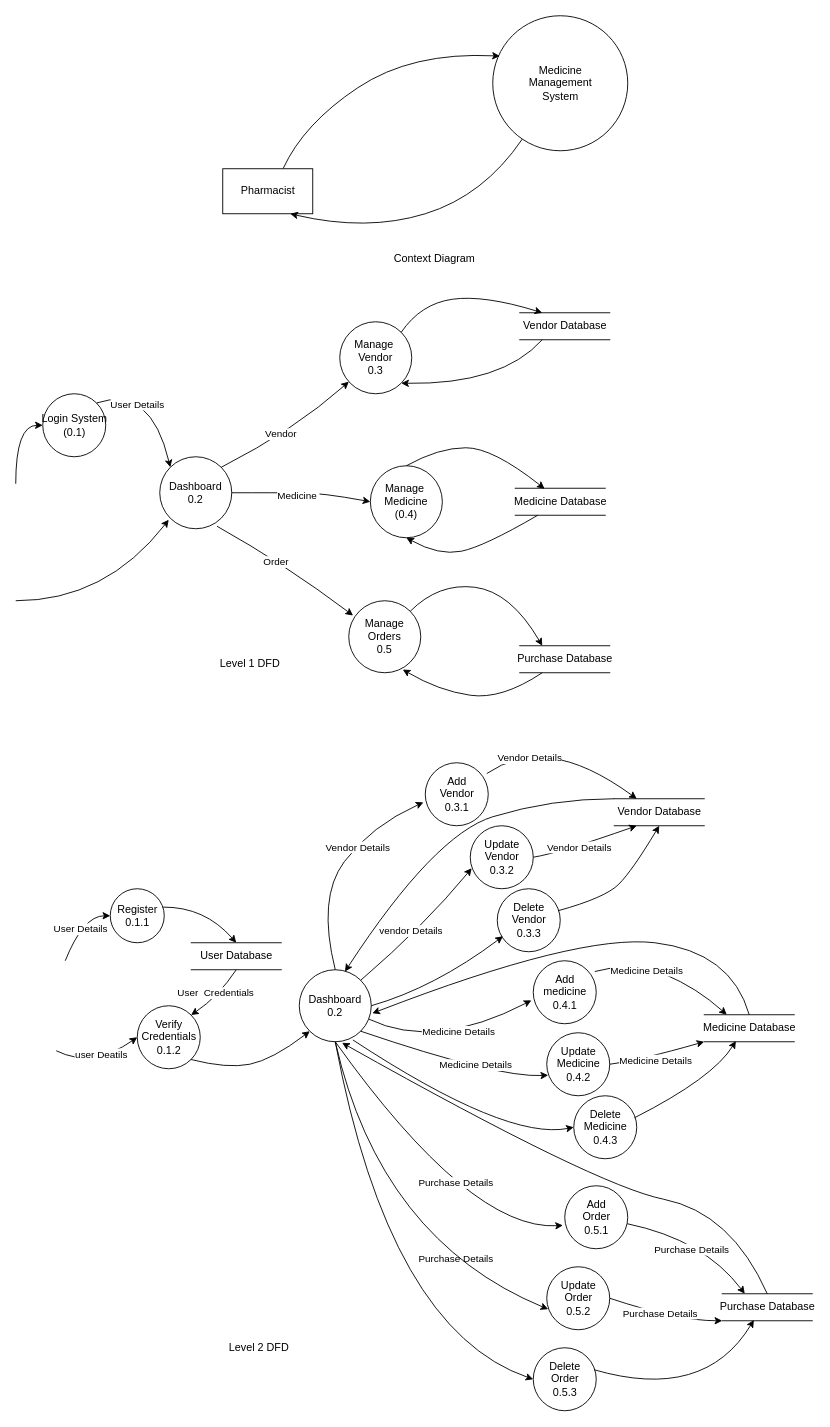
Before: page "Page-2" (2 of 2) of Medicine Management System.drawio in nitrroshan/Diagrams, a draw.io diagram. Source tidied: cells renumbered, new cells numbered last; positions are measured from the earlier drawing's top-left corner, leaving out a move shared by most shapes. Both pictures are drawn from the tidied source at 90%, with x=0, y=0 at pixel (15, 15).
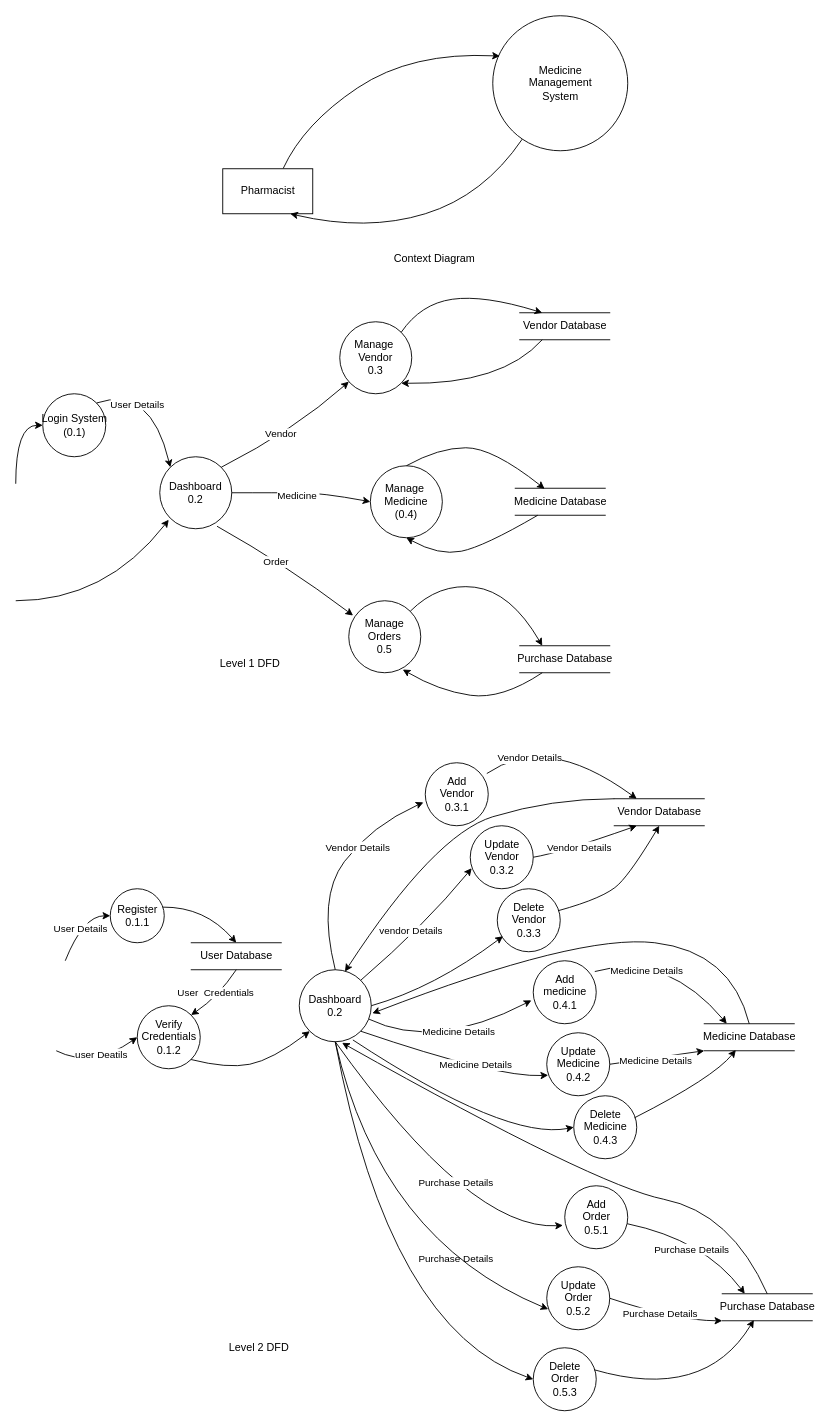
After the change.

The change refers to these unchanged cells:
```xml
<mxCell id="41" value="Dashboard&lt;br&gt;0.2" style="ellipse;whiteSpace=wrap;html=1;" parent="1" vertex="1">
  <mxGeometry x="315" y="1060" width="80" height="80" as="geometry" />
</mxCell>
```

The edit, as a diff of the source:
```diff
@@
     <mxCell id="62" value="Medicine Database" style="html=1;dashed=0;whitespace=wrap;shape=partialRectangle;right=0;left=0;" parent="1" vertex="1">
-      <mxGeometry x="765" y="1110" width="100" height="30" as="geometry" />
+      <mxGeometry x="765" y="1120" width="100" height="30" as="geometry" />
     </mxCell>
@@
-    <mxCell id="80" style="curved=1;endArrow=classic;html=1;rounded=0;entryX=1.015;entryY=0.605;entryDx=0;entryDy=0;entryPerimeter=0;" parent="1" edge="1" target="41">
+    <mxCell id="80" style="curved=1;endArrow=classic;html=1;rounded=0;entryX=1.015;entryY=0.605;entryDx=0;entryDy=0;entryPerimeter=0;exitX=0.5;exitY=0;exitDx=0;exitDy=0;" parent="1" edge="1" source="62" target="41">
       <mxGeometry relative="1" as="geometry">
-        <mxPoint x="815" y="1110" as="sourcePoint" />
         <Array as="points">
           <mxPoint x="795" y="1040" />
           <mxPoint x="625" y="1020" />
         </Array>
       </mxGeometry>
     </mxCell>
```
